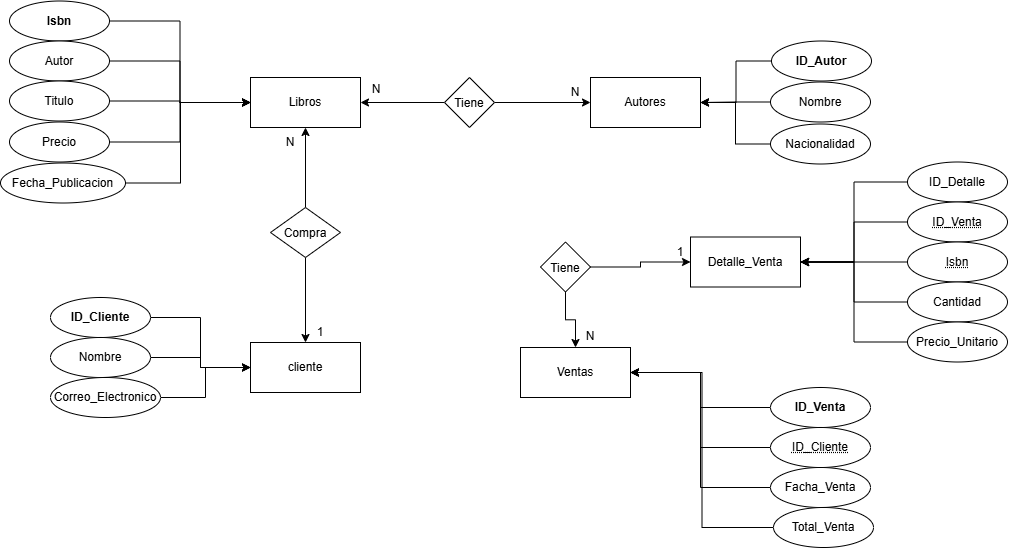
josenatteschoque/Base-de-Datos-1 keeps this draw.io diagram as Tp1/Ejercicio6 BD.drawio.png. Above is the earlier version. Source tidied: cells renumbered, new cells last; positions are measured from the earlier drawing's top-left corner, leaving out a move shared by most shapes.
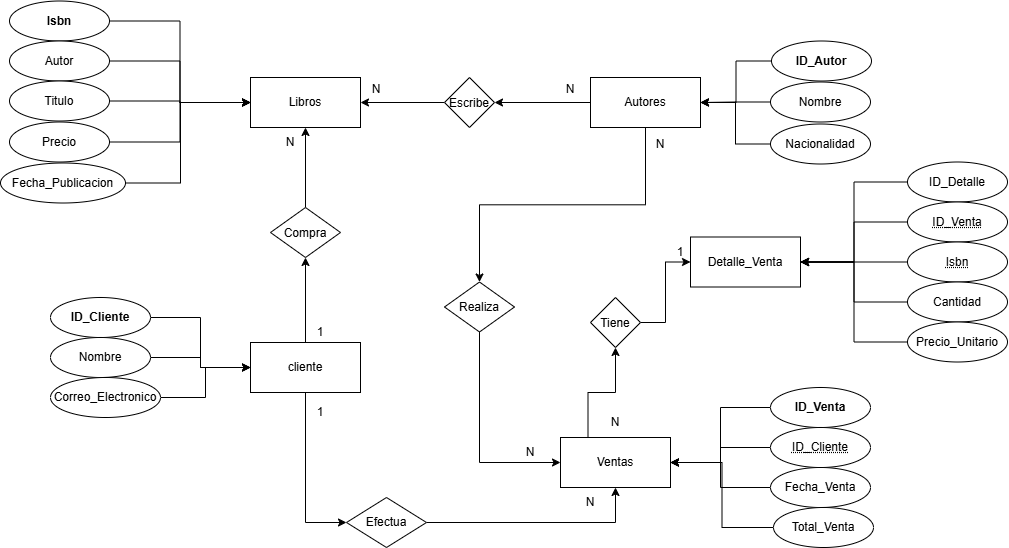
The same file after the commit.

Commit message:
Ejercicio Modificado!

Change to the diagram source:
```diff
@@ -5,9 +5,21 @@
     <mxCell id="2" value="Libros" style="html=1;whiteSpace=wrap;" parent="1" vertex="1">
       <mxGeometry x="250" y="76" width="110" height="50" as="geometry" />
     </mxCell>
+    <mxCell id="62" style="edgeStyle=orthogonalEdgeStyle;rounded=0;jettySize=auto;html=1;exitX=0;exitY=0.5;exitDx=0;exitDy=0;" parent="1" edge="1" source="3" target="29">
+      <mxGeometry relative="1" as="geometry" />
+    </mxCell>
+    <mxCell id="63" style="edgeStyle=orthogonalEdgeStyle;rounded=0;jettySize=auto;html=1;exitX=0.5;exitY=1;exitDx=0;exitDy=0;entryX=0.5;entryY=0;entryDx=0;entryDy=0;" parent="1" edge="1" source="3" target="68">
+      <mxGeometry relative="1" as="geometry" />
+    </mxCell>
     <mxCell id="3" value="Autores" style="html=1;whiteSpace=wrap;" parent="1" vertex="1">
       <mxGeometry x="590" y="76" width="110" height="50" as="geometry" />
     </mxCell>
+    <mxCell id="64" style="edgeStyle=orthogonalEdgeStyle;rounded=0;jettySize=auto;html=1;exitX=0.5;exitY=0;exitDx=0;exitDy=0;entryX=0.5;entryY=1;entryDx=0;entryDy=0;" parent="1" edge="1" source="4" target="34">
+      <mxGeometry relative="1" as="geometry" />
+    </mxCell>
+    <mxCell id="65" style="edgeStyle=orthogonalEdgeStyle;rounded=0;jettySize=auto;html=1;exitX=0.5;exitY=1;exitDx=0;exitDy=0;entryX=0;entryY=0.5;entryDx=0;entryDy=0;" parent="1" edge="1" source="4" target="72">
+      <mxGeometry relative="1" as="geometry" />
+    </mxCell>
     <mxCell id="4" value="cliente" style="html=1;whiteSpace=wrap;" parent="1" vertex="1">
       <mxGeometry x="250" y="341" width="110" height="50" as="geometry" />
     </mxCell>
@@ -82,17 +94,14 @@
     <mxCell id="26" value="Correo_Electronico" style="ellipse;whiteSpace=wrap;html=1;align=center;" parent="1" vertex="1">
       <mxGeometry x="50" y="376" width="110" height="40" as="geometry" />
     </mxCell>
-    <mxCell id="27" style="edgeStyle=orthogonalEdgeStyle;rounded=0;jettySize=auto;html=1;exitX=1;exitY=0.5;exitDx=0;exitDy=0;entryX=0;entryY=0.5;entryDx=0;entryDy=0;" parent="1" edge="1" source="29" target="3">
-      <mxGeometry relative="1" as="geometry" />
-    </mxCell>
     <mxCell id="28" style="edgeStyle=orthogonalEdgeStyle;rounded=0;jettySize=auto;html=1;exitX=0;exitY=0.5;exitDx=0;exitDy=0;entryX=1;entryY=0.5;entryDx=0;entryDy=0;" parent="1" edge="1" source="29" target="2">
       <mxGeometry relative="1" as="geometry" />
     </mxCell>
-    <mxCell id="29" value="Tiene" style="rhombus;whiteSpace=wrap;html=1;shapeInside=1;" parent="1" vertex="1">
+    <mxCell id="29" value="Escribe" style="rhombus;whiteSpace=wrap;html=1;shapeInside=1;" parent="1" vertex="1">
       <mxGeometry x="444" y="76" width="50" height="50" as="geometry" />
     </mxCell>
     <mxCell id="30" value="N" style="text;html=1;whiteSpace=wrap;strokeColor=none;fillColor=none;align=center;verticalAlign=middle;rounded=0;" parent="1" vertex="1">
-      <mxGeometry x="545" y="76" width="60" height="30" as="geometry" />
+      <mxGeometry x="540" y="73" width="60" height="30" as="geometry" />
     </mxCell>
     <mxCell id="31" value="N" style="text;html=1;whiteSpace=wrap;strokeColor=none;fillColor=none;align=center;verticalAlign=middle;rounded=0;" parent="1" vertex="1">
       <mxGeometry x="346" y="73" width="60" height="30" as="geometry" />
@@ -100,9 +109,6 @@
     <mxCell id="32" style="edgeStyle=orthogonalEdgeStyle;rounded=0;jettySize=auto;html=1;exitX=0.5;exitY=0;exitDx=0;exitDy=0;" parent="1" edge="1" source="34" target="2">
       <mxGeometry relative="1" as="geometry" />
     </mxCell>
-    <mxCell id="33" style="edgeStyle=orthogonalEdgeStyle;rounded=0;jettySize=auto;html=1;exitX=0.5;exitY=1;exitDx=0;exitDy=0;entryX=0.5;entryY=0;entryDx=0;entryDy=0;" parent="1" edge="1" source="34" target="4">
-      <mxGeometry relative="1" as="geometry" />
-    </mxCell>
     <mxCell id="34" value="Compra" style="rhombus;whiteSpace=wrap;html=1;shapeInside=1;" parent="1" vertex="1">
       <mxGeometry x="270" y="206" width="70" height="50" as="geometry" />
     </mxCell>
@@ -121,8 +127,11 @@
     <mxCell id="39" value="ID_Detalle" style="ellipse;whiteSpace=wrap;html=1;align=center;" parent="1" vertex="1">
       <mxGeometry x="907" y="160.5" width="100" height="40" as="geometry" />
     </mxCell>
+    <mxCell id="66" style="edgeStyle=orthogonalEdgeStyle;rounded=0;jettySize=auto;html=1;exitX=0.25;exitY=0;exitDx=0;exitDy=0;entryX=0.5;entryY=1;entryDx=0;entryDy=0;" parent="1" edge="1" source="40" target="59">
+      <mxGeometry relative="1" as="geometry" />
+    </mxCell>
     <mxCell id="40" value="Ventas" style="html=1;whiteSpace=wrap;" parent="1" vertex="1">
-      <mxGeometry x="520" y="346" width="110" height="50" as="geometry" />
+      <mxGeometry x="560" y="436" width="110" height="50" as="geometry" />
     </mxCell>
     <mxCell id="41" style="edgeStyle=orthogonalEdgeStyle;rounded=0;jettySize=auto;html=1;exitX=0;exitY=0.5;exitDx=0;exitDy=0;entryX=1;entryY=0.5;entryDx=0;entryDy=0;" parent="1" edge="1" source="42" target="40">
       <mxGeometry relative="1" as="geometry" />
@@ -136,7 +145,7 @@
     <mxCell id="44" style="edgeStyle=orthogonalEdgeStyle;rounded=0;jettySize=auto;html=1;exitX=0;exitY=0.5;exitDx=0;exitDy=0;entryX=1;entryY=0.5;entryDx=0;entryDy=0;" parent="1" edge="1" source="45" target="40">
       <mxGeometry relative="1" as="geometry" />
     </mxCell>
-    <mxCell id="45" value="Facha_Venta" style="ellipse;whiteSpace=wrap;html=1;align=center;" parent="1" vertex="1">
+    <mxCell id="45" value="Fecha_Venta" style="ellipse;whiteSpace=wrap;html=1;align=center;" parent="1" vertex="1">
       <mxGeometry x="770" y="466" width="100" height="40" as="geometry" />
     </mxCell>
     <mxCell id="46" style="edgeStyle=orthogonalEdgeStyle;rounded=0;jettySize=auto;html=1;exitX=0;exitY=0.5;exitDx=0;exitDy=0;entryX=1;entryY=0.5;entryDx=0;entryDy=0;" parent="1" edge="1" source="47" target="40">
@@ -175,17 +184,38 @@
     <mxCell id="57" style="edgeStyle=orthogonalEdgeStyle;rounded=0;jettySize=auto;html=1;exitX=1;exitY=0.5;exitDx=0;exitDy=0;entryX=0;entryY=0.5;entryDx=0;entryDy=0;" parent="1" edge="1" source="59" target="37">
       <mxGeometry relative="1" as="geometry" />
     </mxCell>
-    <mxCell id="58" style="edgeStyle=orthogonalEdgeStyle;rounded=0;jettySize=auto;html=1;exitX=0.5;exitY=1;exitDx=0;exitDy=0;" parent="1" edge="1" source="59" target="40">
-      <mxGeometry relative="1" as="geometry" />
-    </mxCell>
     <mxCell id="59" value="Tiene" style="rhombus;whiteSpace=wrap;html=1;shapeInside=1;" parent="1" vertex="1">
-      <mxGeometry x="540" y="240.5" width="50" height="50" as="geometry" />
+      <mxGeometry x="590" y="296" width="50" height="50" as="geometry" />
     </mxCell>
     <mxCell id="60" value="1" style="text;html=1;whiteSpace=wrap;strokeColor=none;fillColor=none;align=center;verticalAlign=middle;rounded=0;" parent="1" vertex="1">
       <mxGeometry x="650" y="236" width="60" height="30" as="geometry" />
     </mxCell>
     <mxCell id="61" value="N" style="text;html=1;whiteSpace=wrap;strokeColor=none;fillColor=none;align=center;verticalAlign=middle;rounded=0;" parent="1" vertex="1">
-      <mxGeometry x="560" y="320" width="60" height="30" as="geometry" />
+      <mxGeometry x="585" y="406" width="60" height="30" as="geometry" />
     </mxCell>
+    <mxCell id="67" style="edgeStyle=orthogonalEdgeStyle;rounded=0;jettySize=auto;html=1;exitX=0.5;exitY=1;exitDx=0;exitDy=0;entryX=0;entryY=0.5;entryDx=0;entryDy=0;" parent="1" edge="1" source="68" target="40">
+      <mxGeometry relative="1" as="geometry" />
+    </mxCell>
+    <mxCell id="68" value="Realiza" style="shape=rhombus;perimeter=rhombusPerimeter;whiteSpace=wrap;html=1;align=center;" parent="1" vertex="1">
+      <mxGeometry x="444" y="280.5" width="70" height="50" as="geometry" />
+    </mxCell>
+    <mxCell id="69" value="N" style="text;html=1;whiteSpace=wrap;strokeColor=none;fillColor=none;align=center;verticalAlign=middle;rounded=0;" parent="1" vertex="1">
+      <mxGeometry x="500" y="436" width="60" height="30" as="geometry" />
+    </mxCell>
+    <mxCell id="70" value="N" style="text;html=1;whiteSpace=wrap;strokeColor=none;fillColor=none;align=center;verticalAlign=middle;rounded=0;" parent="1" vertex="1">
+      <mxGeometry x="630" y="127.5" width="60" height="30" as="geometry" />
+    </mxCell>
+    <mxCell id="71" style="edgeStyle=orthogonalEdgeStyle;rounded=0;jettySize=auto;html=1;exitX=1;exitY=0.5;exitDx=0;exitDy=0;entryX=0.5;entryY=1;entryDx=0;entryDy=0;" parent="1" edge="1" source="72" target="40">
+      <mxGeometry relative="1" as="geometry" />
+    </mxCell>
+    <mxCell id="72" value="Efectua" style="shape=rhombus;perimeter=rhombusPerimeter;whiteSpace=wrap;html=1;align=center;" parent="1" vertex="1">
+      <mxGeometry x="346" y="496" width="80" height="50" as="geometry" />
+    </mxCell>
+    <mxCell id="73" value="N" style="text;html=1;whiteSpace=wrap;strokeColor=none;fillColor=none;align=center;verticalAlign=middle;rounded=0;" parent="1" vertex="1">
+      <mxGeometry x="560" y="486" width="60" height="30" as="geometry" />
+    </mxCell>
+    <mxCell id="74" value="1" style="text;html=1;whiteSpace=wrap;strokeColor=none;fillColor=none;align=center;verticalAlign=middle;rounded=0;" parent="1" vertex="1">
+      <mxGeometry x="290" y="396" width="60" height="30" as="geometry" />
+    </mxCell>
   </root>
 </mxGraphModel>
```
